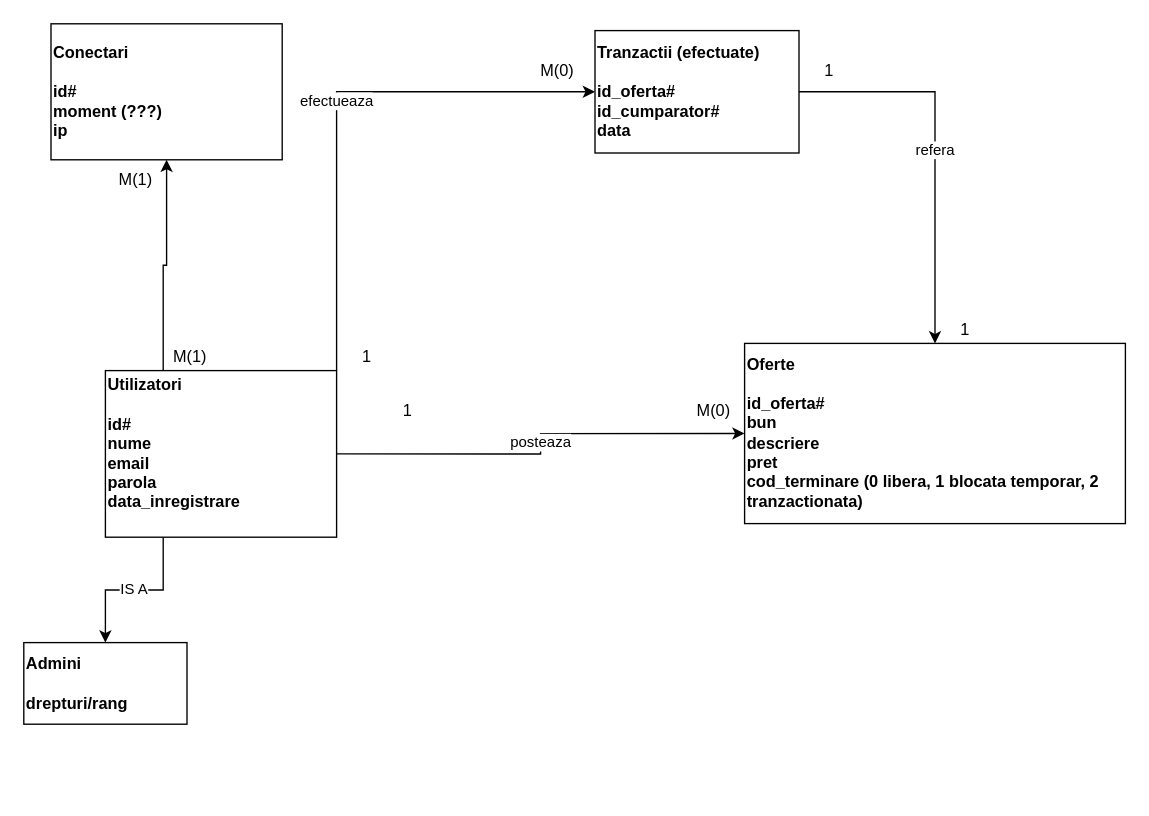
grig95/proiect_daw keeps this draw.io diagram as er.drawio. Above is the earlier version. Source tidied: cells renumbered, new cells numbered last; positions are measured from the earlier drawing's top-left corner, leaving out a move shared by most shapes. Both pictures are drawn from the tidied source at 136%, with x=0, y=0 at pixel (23, 23).
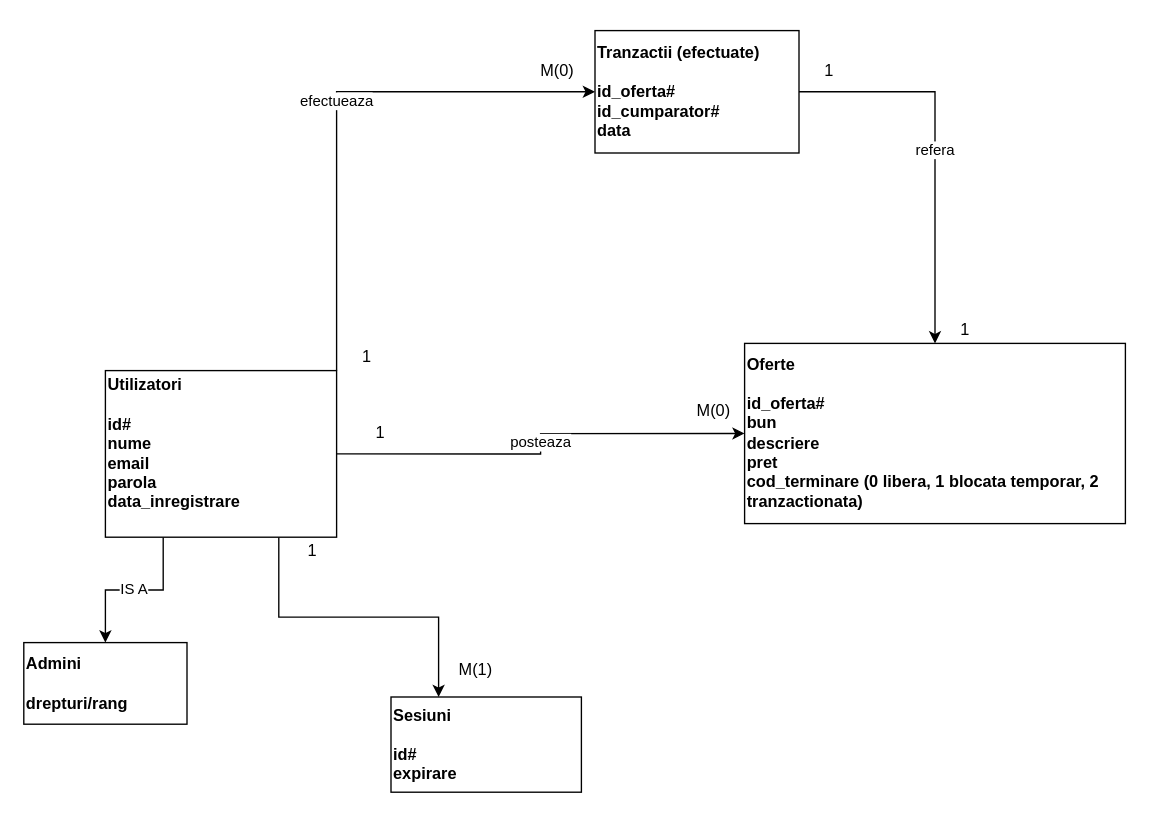
The same diagram, later.

Change to the diagram source:
```diff
@@
 <mxGraphModel>
   <root>
     <mxCell id="0" />
     <mxCell id="1" parent="0" />
     <mxCell id="2" value="IS A" style="edgeStyle=orthogonalEdgeStyle;rounded=0;jettySize=auto;html=1;exitX=0.25;exitY=1;exitDx=0;exitDy=0;entryX=0.5;entryY=0;entryDx=0;entryDy=0;" parent="1" edge="1" source="6" target="7">
       <mxGeometry relative="1" as="geometry" />
     </mxCell>
-    <mxCell id="3" style="edgeStyle=orthogonalEdgeStyle;rounded=0;jettySize=auto;html=1;exitX=0.25;exitY=0;exitDx=0;exitDy=0;entryX=0.5;entryY=1;entryDx=0;entryDy=0;" parent="1" edge="1" source="6" target="8">
-      <mxGeometry relative="1" as="geometry" />
-    </mxCell>
     <mxCell id="4" value="posteaza" style="edgeStyle=orthogonalEdgeStyle;rounded=0;jettySize=auto;html=1;exitX=1;exitY=0.5;exitDx=0;exitDy=0;entryX=0;entryY=0.5;entryDx=0;entryDy=0;" parent="1" edge="1" source="6" target="13">
       <mxGeometry relative="1" as="geometry" />
     </mxCell>
     <mxCell id="5" value="efectueaza" style="edgeStyle=orthogonalEdgeStyle;rounded=0;jettySize=auto;html=1;exitX=1;exitY=0;exitDx=0;exitDy=0;entryX=0;entryY=0.5;entryDx=0;entryDy=0;" parent="1" edge="1" source="6" target="12">
       <mxGeometry relative="1" as="geometry" />
     </mxCell>
+    <mxCell id="20" style="edgeStyle=orthogonalEdgeStyle;rounded=0;jettySize=auto;html=1;exitX=0.75;exitY=1;exitDx=0;exitDy=0;entryX=0.25;entryY=0;entryDx=0;entryDy=0;" parent="1" edge="1" source="6" target="21">
+      <mxGeometry relative="1" as="geometry" />
+    </mxCell>
     <mxCell id="6" value="&lt;b&gt;Utilizatori&lt;br&gt;&lt;br&gt;id#&lt;br&gt;nume&lt;br&gt;email&lt;br&gt;parola&lt;br&gt;data_inregistrare&lt;br&gt;&lt;br&gt;&lt;/b&gt;" style="rounded=0;whiteSpace=wrap;html=1;align=left;" parent="1" vertex="1">
       <mxGeometry x="60" y="255" width="170" height="122.5" as="geometry" />
     </mxCell>
     <mxCell id="7" value="&lt;b&gt;Admini&lt;br&gt;&lt;br&gt;drepturi/rang&lt;br&gt;&lt;/b&gt;" style="rounded=0;whiteSpace=wrap;html=1;align=left;" parent="1" vertex="1">
       <mxGeometry y="455" width="120" height="60" as="geometry" />
     </mxCell>
-    <mxCell id="8" value="&lt;b&gt;Conectari&lt;br&gt;&lt;br&gt;id#&lt;br&gt;moment (???)&lt;br&gt;ip&lt;br&gt;&lt;/b&gt;" style="rounded=0;whiteSpace=wrap;html=1;align=left;" parent="1" vertex="1">
-      <mxGeometry x="20" width="170" height="100" as="geometry" />
-    </mxCell>
-    <mxCell id="9" value="M(1)" style="text;html=1;strokeColor=none;fillColor=none;align=center;verticalAlign=middle;whiteSpace=wrap;rounded=0;" parent="1" vertex="1">
-      <mxGeometry x="60" y="105" width="45" height="20" as="geometry" />
-    </mxCell>
-    <mxCell id="10" value="M(1)" style="text;html=1;strokeColor=none;fillColor=none;align=center;verticalAlign=middle;whiteSpace=wrap;rounded=0;" parent="1" vertex="1">
-      <mxGeometry x="100" y="235" width="45" height="20" as="geometry" />
-    </mxCell>
     <mxCell id="11" value="refera" style="edgeStyle=orthogonalEdgeStyle;rounded=0;jettySize=auto;html=1;exitX=1;exitY=0.5;exitDx=0;exitDy=0;entryX=0.5;entryY=0;entryDx=0;entryDy=0;" parent="1" edge="1" source="12" target="13">
       <mxGeometry relative="1" as="geometry" />
     </mxCell>
     <mxCell id="12" value="&lt;b&gt;Tranzactii (efectuate)&lt;br&gt;&lt;br&gt;id_oferta#&lt;br&gt;id_cumparator#&lt;br&gt;data&lt;br&gt;&lt;/b&gt;" style="rounded=0;whiteSpace=wrap;html=1;align=left;" parent="1" vertex="1">
       <mxGeometry x="420" y="5" width="150" height="90" as="geometry" />
     </mxCell>
     <mxCell id="13" value="&lt;b&gt;Oferte&lt;br&gt;&lt;br&gt;id_oferta#&lt;br&gt;bun&lt;br&gt;descriere&lt;br&gt;pret&lt;br&gt;cod_terminare (0 libera, 1 blocata temporar, 2 tranzactionata)&lt;br&gt;&lt;/b&gt;" style="rounded=0;whiteSpace=wrap;html=1;align=left;" parent="1" vertex="1">
       <mxGeometry x="530" y="235" width="280" height="132.5" as="geometry" />
     </mxCell>
     <mxCell id="14" value="1" style="text;html=1;strokeColor=none;fillColor=none;align=center;verticalAlign=middle;whiteSpace=wrap;rounded=0;" parent="1" vertex="1">
-      <mxGeometry x="260" y="275" width="45" height="20" as="geometry" />
+      <mxGeometry x="240" y="291.2" width="45" height="20" as="geometry" />
     </mxCell>
     <mxCell id="15" value="M(0)" style="text;html=1;strokeColor=none;fillColor=none;align=center;verticalAlign=middle;whiteSpace=wrap;rounded=0;" parent="1" vertex="1">
       <mxGeometry x="485" y="275" width="45" height="20" as="geometry" />
     </mxCell>
     <mxCell id="16" value="1" style="text;html=1;strokeColor=none;fillColor=none;align=center;verticalAlign=middle;whiteSpace=wrap;rounded=0;" parent="1" vertex="1">
       <mxGeometry x="230" y="235" width="45" height="20" as="geometry" />
     </mxCell>
     <mxCell id="17" value="M(0)" style="text;html=1;strokeColor=none;fillColor=none;align=center;verticalAlign=middle;whiteSpace=wrap;rounded=0;" parent="1" vertex="1">
       <mxGeometry x="370" y="25" width="45" height="20" as="geometry" />
     </mxCell>
     <mxCell id="18" value="1" style="text;html=1;strokeColor=none;fillColor=none;align=center;verticalAlign=middle;whiteSpace=wrap;rounded=0;" parent="1" vertex="1">
       <mxGeometry x="570" y="25" width="45" height="20" as="geometry" />
     </mxCell>
     <mxCell id="19" value="1" style="text;html=1;strokeColor=none;fillColor=none;align=center;verticalAlign=middle;whiteSpace=wrap;rounded=0;" parent="1" vertex="1">
       <mxGeometry x="670" y="215" width="45" height="20" as="geometry" />
     </mxCell>
+    <mxCell id="21" value="&lt;b&gt;Sesiuni&lt;br&gt;&lt;br&gt;id#&lt;br&gt;expirare&lt;br&gt;&lt;/b&gt;" style="rounded=0;whiteSpace=wrap;html=1;align=left;" parent="1" vertex="1">
+      <mxGeometry x="270" y="495" width="140" height="70" as="geometry" />
+    </mxCell>
+    <mxCell id="22" value="1" style="text;html=1;strokeColor=none;fillColor=none;align=center;verticalAlign=middle;whiteSpace=wrap;rounded=0;" parent="1" vertex="1">
+      <mxGeometry x="190" y="377.5" width="45" height="20" as="geometry" />
+    </mxCell>
+    <mxCell id="23" value="M(1)" style="text;html=1;strokeColor=none;fillColor=none;align=center;verticalAlign=middle;whiteSpace=wrap;rounded=0;" parent="1" vertex="1">
+      <mxGeometry x="310" y="465" width="45" height="20" as="geometry" />
+    </mxCell>
   </root>
 </mxGraphModel>
```
